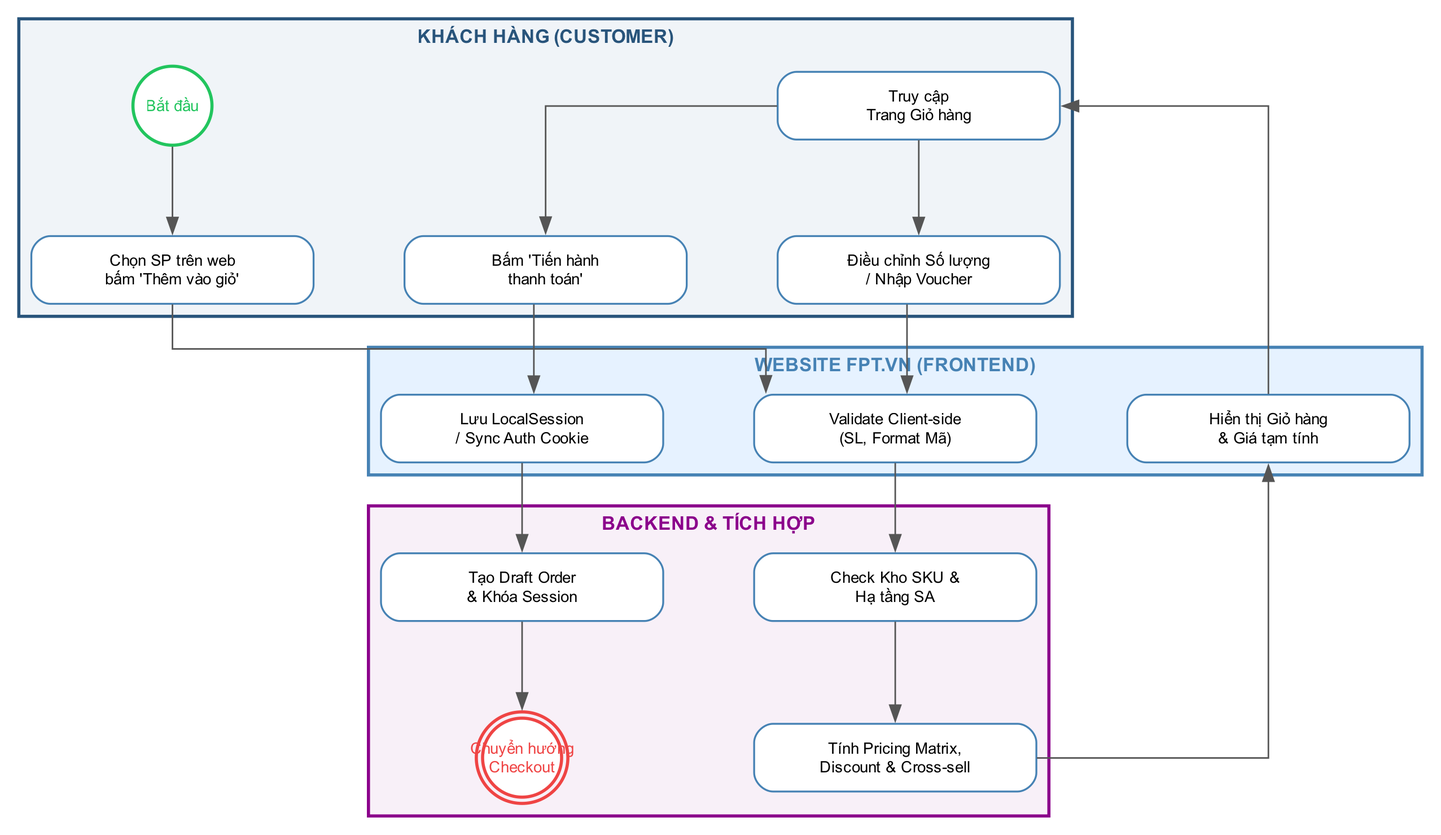
This is diagrams/bpmn_cart_overview.png from hathuy2706-BA/FPT, a Graphviz export, as it was before one commit. Its source is kept beside it as diagrams/bpmn_cart_overview.dot.
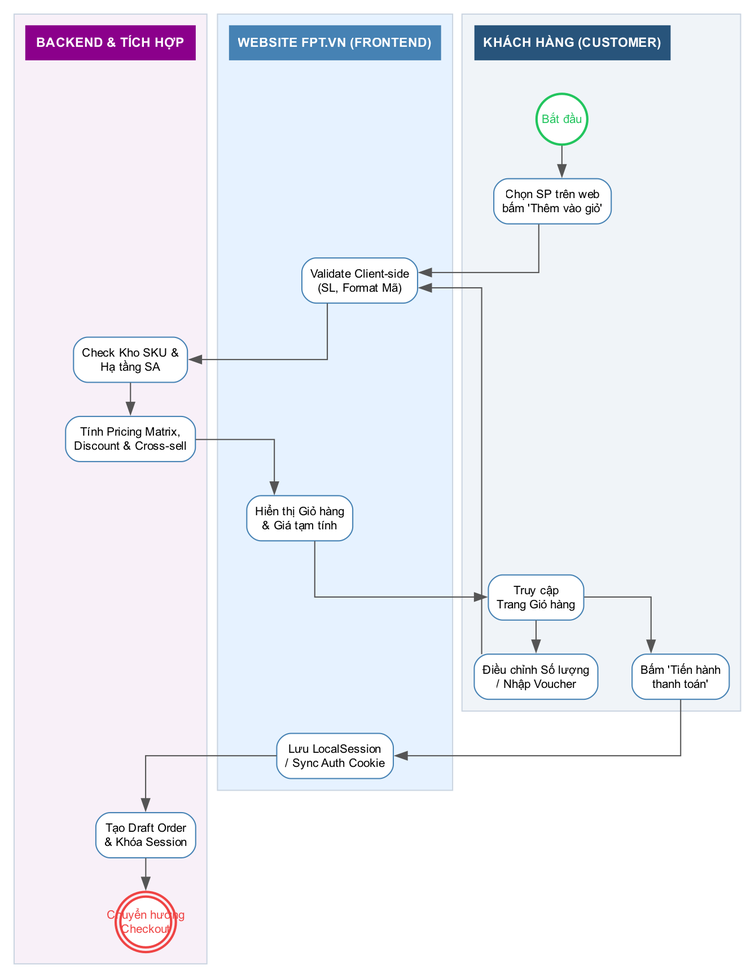
After the commit.

Diff of the diagram source:
```diff
@@ -2,45 +2,58 @@
 
     rankdir=TB;
     splines=ortho;
-    nodesep=0.8;
-    ranksep=0.8;
-    node [fontname="Arial", fontsize=10, shape=box, style="rounded,filled", fillcolor="white", color="#4682B4", penwidth=1.2, width=2.5, height=0.6];
+    nodesep=0.4;
+    ranksep=0.4;
+    newrank=true;
+    compound=true;
+    fontname="Arial";
+
+    node [fontname="Arial", fontsize=10, shape=box, style="rounded,filled", fillcolor="white", color="#4682B4", penwidth=1.0, margin=0.1];
     edge [fontname="Arial", fontsize=9, color="#555555", penwidth=1.0];
 
 
     subgraph cluster_customer {
-        label="KHÁCH HÀNG (CUSTOMER)";
-        style=filled; color="#28547B"; fillcolor="#F0F4F8"; penwidth=2;
-        fontcolor="#28547B"; fontsize=12; fontname="Arial bold"; labelloc="t"; labeljust="c";
-
-        start [label="Bắt đầu", shape=circle, style="filled", fillcolor="white", color="#22C55E", fontcolor="#22C55E", penwidth=2, width=0.7, fixedsize=true];
+        style=filled; color="#CBD5E1"; fillcolor="#F0F4F8"; penwidth=1; label=""; margin=10;
+        h_cust [label="KHÁCH HÀNG (CUSTOMER)", shape=box, style="filled", fillcolor="#28547B", color="#28547B", fontcolor="white", fontsize=11, fontname="Arial bold", width=2.0, height=0.4, fixedsize=false];
+        start [label="Bắt đầu", shape=circle, style="filled", fillcolor="white", color="#22C55E", fontcolor="#22C55E", penwidth=2, width=0.6, fixedsize=true];
         add_to_cart [label="Chọn SP trên web\nbấm 'Thêm vào giỏ'"];
         view_cart [label="Truy cập\nTrang Giỏ hàng"];
         update_qty [label="Điều chỉnh Số lượng\n/ Nhập Voucher"];
         click_checkout [label="Bấm 'Tiến hành\nthanh toán'"];
+        h_cust -> start [style=invis];
     }
 
     subgraph cluster_fe {
-        label="WEBSITE FPT.VN (FRONTEND)";
-        style=filled; color="#4682B4"; fillcolor="#E6F2FF"; penwidth=2;
-        fontcolor="#4682B4"; fontsize=12; fontname="Arial bold"; labelloc="t"; labeljust="c";
-
+        style=filled; color="#CBD5E1"; fillcolor="#E6F2FF"; penwidth=1; label=""; margin=10;
+        h_fe [label="WEBSITE FPT.VN (FRONTEND)", shape=box, style="filled", fillcolor="#4682B4", color="#4682B4", fontcolor="white", fontsize=11, fontname="Arial bold", width=2.0, height=0.4, fixedsize=false];
+        validate_input [label="Validate Client-side\n(SL, Format Mã)"];
         render_cart [label="Hiển thị Giỏ hàng\n& Giá tạm tính"];
-        validate_input [label="Validate Client-side\n(SL, Format Mã)"];
         store_session [label="Lưu LocalSession\n/ Sync Auth Cookie"];
+        h_fe -> validate_input [style=invis];
     }
 
     subgraph cluster_be {
-        label="BACKEND & TÍCH HỢP";
-        style=filled; color="#8B008B"; fillcolor="#F8F0F8"; penwidth=2;
-        fontcolor="#8B008B"; fontsize=12; fontname="Arial bold"; labelloc="t"; labeljust="c";
-
+        style=filled; color="#CBD5E1"; fillcolor="#F8F0F8"; penwidth=1; label=""; margin=10;
+        h_be [label="BACKEND & TÍCH HỢP", shape=box, style="filled", fillcolor="#8B008B", color="#8B008B", fontcolor="white", fontsize=11, fontname="Arial bold", width=2.0, height=0.4, fixedsize=false];
         check_inv [label="Check Kho SKU &\nHạ tầng SA"];
         calc_price [label="Tính Pricing Matrix,\nDiscount & Cross-sell"];
         lock_cart [label="Tạo Draft Order\n& Khóa Session"];
-        end [label="Chuyển hướng\nCheckout", shape=doublecircle, style="filled", fillcolor="white", color="#EF4444", fontcolor="#EF4444", penwidth=2, width=0.7, fixedsize=true];
+        end [label="Chuyển hướng\nCheckout", shape=doublecircle, style="filled", fillcolor="white", color="#EF4444", fontcolor="#EF4444", penwidth=2, width=0.6, fixedsize=true];
+        h_be -> check_inv [style=invis];
     }
 
-    start -> add_to_cart -> validate_input -> check_inv -> calc_price -> render_cart -> view_cart -> update_qty -> validate_input;
-    view_cart -> click_checkout -> store_session -> lock_cart -> end;
+    { rank=same; h_cust; h_fe; h_be; }
+
+    start -> add_to_cart;
+    add_to_cart -> validate_input;
+    validate_input -> check_inv;
+    check_inv -> calc_price;
+    calc_price -> render_cart;
+    render_cart -> view_cart;
+    view_cart -> update_qty;
+    update_qty -> validate_input;
+    view_cart -> click_checkout;
+    click_checkout -> store_session;
+    store_session -> lock_cart;
+    lock_cart -> end;
 }
```
